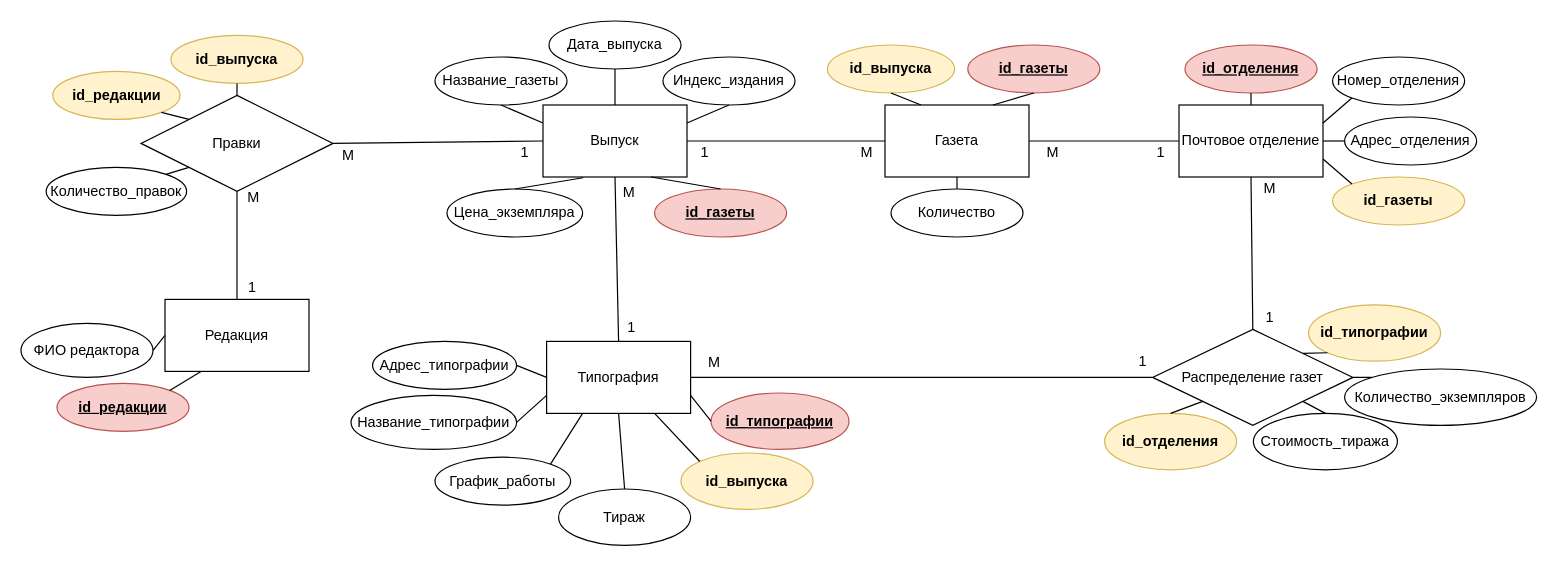
Before: students/y2334/Titova_Maryana/Lab2/Lab2_Peter_Chen.drawio in TonikX/ITMO_FSPO_DataBases_2020-2021, a draw.io diagram. Source tidied: cells renumbered, new cells numbered last; positions are measured from the earlier drawing's top-left corner, leaving out a move shared by most shapes. Both pictures are drawn from the tidied source at 120%, with x=0, y=0 at pixel (20, 20).
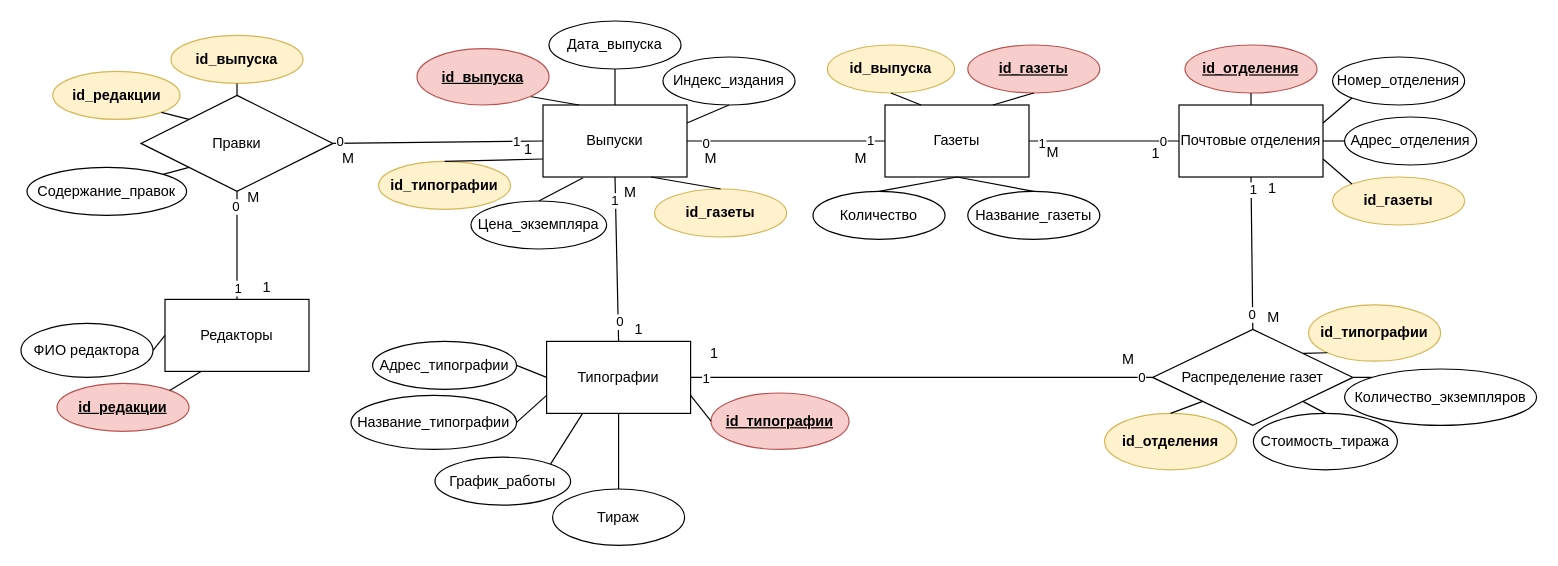
The same diagram, later.

The change refers to these unchanged cells:
```xml
<mxCell id="55" style="endArrow=none;html=1;exitX=0.5;exitY=0;exitDx=0;exitDy=0;" parent="1" edge="1" source="5" target="48">
  <mxGeometry relative="1" as="geometry" />
</mxCell>
<mxCell id="64" style="endArrow=none;html=1;exitX=1;exitY=0.5;exitDx=0;exitDy=0;entryX=0;entryY=0.5;entryDx=0;entryDy=0;" parent="1" edge="1" source="48" target="2">
  <mxGeometry relative="1" as="geometry" />
</mxCell>
<mxCell id="65" style="endArrow=none;html=1;entryX=0.5;entryY=1;entryDx=0;entryDy=0;exitX=0.5;exitY=0;exitDx=0;exitDy=0;" parent="1" edge="1" source="3" target="2">
  <mxGeometry relative="1" as="geometry" />
</mxCell>
<mxCell id="66" style="endArrow=none;html=1;exitX=1;exitY=0.5;exitDx=0;exitDy=0;entryX=0;entryY=0.5;entryDx=0;entryDy=0;" parent="1" edge="1" source="2" target="56">
  <mxGeometry relative="1" as="geometry" />
</mxCell>
<mxCell id="67" style="endArrow=none;html=1;exitX=1;exitY=0.5;exitDx=0;exitDy=0;" parent="1" edge="1" source="56" target="4">
  <mxGeometry relative="1" as="geometry" />
</mxCell>
<mxCell id="68" style="endArrow=none;html=1;exitX=0.5;exitY=0;exitDx=0;exitDy=0;entryX=0.5;entryY=1;entryDx=0;entryDy=0;" parent="1" edge="1" source="19" target="4">
  <mxGeometry relative="1" as="geometry" />
</mxCell>
<mxCell id="69" style="endArrow=none;html=1;exitX=1;exitY=0.5;exitDx=0;exitDy=0;" parent="1" edge="1" source="3" target="19">
  <mxGeometry relative="1" as="geometry" />
</mxCell>
```

Change to the diagram source:
```diff
@@
-    <mxCell id="2" value="Выпуск" style="rounded=0;whiteSpace=wrap;html=1;" parent="1" vertex="1">
+    <mxCell id="2" value="Выпуски" style="rounded=0;whiteSpace=wrap;html=1;" parent="1" vertex="1">
       <mxGeometry x="435" y="70" width="120" height="60" as="geometry" />
     </mxCell>
-    <mxCell id="3" value="Типография" style="rounded=0;whiteSpace=wrap;html=1;" parent="1" vertex="1">
+    <mxCell id="3" value="Типографии" style="rounded=0;whiteSpace=wrap;html=1;" parent="1" vertex="1">
       <mxGeometry x="438" y="267" width="120" height="60" as="geometry" />
     </mxCell>
-    <mxCell id="4" value="Почтовое отделение" style="rounded=0;whiteSpace=wrap;html=1;" parent="1" vertex="1">
+    <mxCell id="4" value="Почтовые отделения" style="rounded=0;whiteSpace=wrap;html=1;" parent="1" vertex="1">
       <mxGeometry x="965" y="70" width="120" height="60" as="geometry" />
     </mxCell>
-    <mxCell id="5" value="Редакция" style="rounded=0;whiteSpace=wrap;html=1;" parent="1" vertex="1">
+    <mxCell id="5" value="Редакторы" style="rounded=0;whiteSpace=wrap;html=1;" parent="1" vertex="1">
       <mxGeometry x="120" y="232" width="120" height="60" as="geometry" />
     </mxCell>
-    <mxCell id="6" value="Название_газеты" style="ellipse;whiteSpace=wrap;html=1;" parent="1" vertex="1">
-      <mxGeometry x="345" y="30" width="110" height="40" as="geometry" />
-    </mxCell>
-    <mxCell id="7" style="endArrow=none;html=1;exitX=0;exitY=0.25;exitDx=0;exitDy=0;entryX=0.5;entryY=1;entryDx=0;entryDy=0;" parent="1" edge="1" source="2" target="6">
-      <mxGeometry relative="1" as="geometry" />
-    </mxCell>
@@
     <mxCell id="10" value="Цена_экземпляра" style="ellipse;whiteSpace=wrap;html=1;" parent="1" vertex="1">
-      <mxGeometry x="355" y="140" width="113" height="40" as="geometry" />
+      <mxGeometry x="375" y="150" width="113" height="40" as="geometry" />
     </mxCell>
@@
-    <mxCell id="26" value="&lt;b&gt;&lt;u&gt;id_газеты&lt;/u&gt;&lt;/b&gt;" style="ellipse;whiteSpace=wrap;html=1;fillColor=#f8cecc;strokeColor=#b85450;" parent="1" vertex="1">
+    <mxCell id="26" value="&lt;b&gt;id_газеты&lt;/b&gt;" style="ellipse;whiteSpace=wrap;html=1;fillColor=#fff2cc;strokeColor=#d6b656;" parent="1" vertex="1">
       <mxGeometry x="528" y="140" width="110" height="40" as="geometry" />
     </mxCell>
@@
-    <mxCell id="33" value="&lt;b&gt;id_выпуска&lt;/b&gt;" style="ellipse;whiteSpace=wrap;html=1;fillColor=#fff2cc;strokeColor=#d6b656;" parent="1" vertex="1">
-      <mxGeometry x="550" y="360" width="110" height="47" as="geometry" />
-    </mxCell>
-    <mxCell id="34" style="endArrow=none;html=1;entryX=0.75;entryY=1;entryDx=0;entryDy=0;exitX=0;exitY=0;exitDx=0;exitDy=0;" parent="1" edge="1" source="33" target="3">
+    <mxCell id="34" style="endArrow=none;html=1;entryX=1;entryY=1;entryDx=0;entryDy=0;exitX=0.25;exitY=0;exitDx=0;exitDy=0;" parent="1" edge="1" source="2" target="33">
       <mxGeometry relative="1" as="geometry" />
     </mxCell>
@@
     <mxCell id="44" value="Тираж" style="ellipse;whiteSpace=wrap;html=1;" parent="1" vertex="1">
-      <mxGeometry x="448" y="390" width="110" height="47" as="geometry" />
+      <mxGeometry x="443" y="390" width="110" height="47" as="geometry" />
     </mxCell>
@@
-    <mxCell id="51" value="Количество_правок" style="ellipse;whiteSpace=wrap;html=1;" parent="1" vertex="1">
-      <mxGeometry x="21" y="122" width="117" height="40" as="geometry" />
+    <mxCell id="51" value="Содержание_правок" style="ellipse;whiteSpace=wrap;html=1;" parent="1" vertex="1">
+      <mxGeometry x="5" y="122" width="133" height="40" as="geometry" />
     </mxCell>
@@
+    <mxCell id="84" value="1" style="edgeLabel;html=1;align=center;verticalAlign=middle;" parent="55" vertex="1">
+      <mxGeometry x="-0.77" relative="1" as="geometry" />
+    </mxCell>
+    <mxCell id="85" value="0" style="edgeLabel;html=1;align=center;verticalAlign=middle;" parent="55" vertex="1">
+      <mxGeometry x="0.54" y="2" relative="1" as="geometry">
+        <mxPoint y="-9" as="offset" />
+      </mxGeometry>
+    </mxCell>
-    <mxCell id="56" value="Газета" style="rounded=0;whiteSpace=wrap;html=1;" parent="1" vertex="1">
+    <mxCell id="56" value="Газеты" style="rounded=0;whiteSpace=wrap;html=1;" parent="1" vertex="1">
       <mxGeometry x="720" y="70" width="120" height="60" as="geometry" />
     </mxCell>
     <mxCell id="57" value="Количество" style="ellipse;whiteSpace=wrap;html=1;" parent="1" vertex="1">
-      <mxGeometry x="725" y="140" width="110" height="40" as="geometry" />
+      <mxGeometry x="660" y="142" width="110" height="40" as="geometry" />
     </mxCell>
@@
+    <mxCell id="86" value="0" style="edgeLabel;html=1;align=center;verticalAlign=middle;" parent="64" vertex="1">
+      <mxGeometry x="-0.93" y="1" relative="1" as="geometry" />
+    </mxCell>
+    <mxCell id="87" value="1" style="edgeLabel;html=1;align=center;verticalAlign=middle;" parent="64" vertex="1">
+      <mxGeometry x="0.75" relative="1" as="geometry" />
+    </mxCell>
@@
+    <mxCell id="88" value="0" style="edgeLabel;html=1;align=center;verticalAlign=middle;" parent="65" vertex="1">
+      <mxGeometry x="-0.56" y="-1" relative="1" as="geometry">
+        <mxPoint y="13.2" as="offset" />
+      </mxGeometry>
+    </mxCell>
+    <mxCell id="89" value="1" style="edgeLabel;html=1;align=center;verticalAlign=middle;" parent="65" vertex="1">
+      <mxGeometry x="0.6" y="1" relative="1" as="geometry">
+        <mxPoint y="-7.8" as="offset" />
+      </mxGeometry>
+    </mxCell>
@@
+    <mxCell id="90" value="1" style="edgeLabel;html=1;align=center;verticalAlign=middle;" parent="66" vertex="1">
+      <mxGeometry x="0.84" y="1" relative="1" as="geometry" />
+    </mxCell>
+    <mxCell id="91" value="0" style="edgeLabel;html=1;align=center;verticalAlign=middle;" parent="66" vertex="1">
+      <mxGeometry x="-0.82" y="-1" relative="1" as="geometry" />
+    </mxCell>
@@
+    <mxCell id="92" value="1" style="edgeLabel;html=1;align=center;verticalAlign=middle;" parent="67" vertex="1">
+      <mxGeometry x="-0.84" y="-1" relative="1" as="geometry" />
+    </mxCell>
+    <mxCell id="93" value="0" style="edgeLabel;html=1;align=center;verticalAlign=middle;" parent="67" vertex="1">
+      <mxGeometry x="0.83" relative="1" as="geometry">
+        <mxPoint x="-3" as="offset" />
+      </mxGeometry>
+    </mxCell>
@@
+    <mxCell id="94" value="1" style="edgeLabel;html=1;align=center;verticalAlign=middle;" parent="68" vertex="1">
+      <mxGeometry x="0.89" y="-1" relative="1" as="geometry">
+        <mxPoint y="4" as="offset" />
+      </mxGeometry>
+    </mxCell>
+    <mxCell id="95" value="0" style="edgeLabel;html=1;align=center;verticalAlign=middle;" parent="68" vertex="1">
+      <mxGeometry x="-0.8" y="1" relative="1" as="geometry" />
+    </mxCell>
@@
+    <mxCell id="96" value="1" style="edgeLabel;html=1;align=center;verticalAlign=middle;" parent="69" vertex="1">
+      <mxGeometry x="-0.94" relative="1" as="geometry" />
+    </mxCell>
+    <mxCell id="97" value="0" style="edgeLabel;html=1;align=center;verticalAlign=middle;" parent="69" vertex="1">
+      <mxGeometry x="0.95" y="1" relative="1" as="geometry" />
+    </mxCell>
-    <mxCell id="70" value="1" style="text;html=1;strokeColor=none;fillColor=none;align=center;verticalAlign=middle;whiteSpace=wrap;rounded=0;" parent="1" vertex="1">
-      <mxGeometry x="489" y="246" width="40" height="20" as="geometry" />
+    <mxCell id="70" value="M" style="text;html=1;strokeColor=none;fillColor=none;align=center;verticalAlign=middle;whiteSpace=wrap;rounded=0;" parent="1" vertex="1">
+      <mxGeometry x="488" y="133" width="40" height="20" as="geometry" />
     </mxCell>
-    <mxCell id="71" value="M" style="text;html=1;strokeColor=none;fillColor=none;align=center;verticalAlign=middle;whiteSpace=wrap;rounded=0;" parent="1" vertex="1">
-      <mxGeometry x="487" y="133" width="40" height="20" as="geometry" />
+    <mxCell id="71" value="1" style="text;html=1;strokeColor=none;fillColor=none;align=center;verticalAlign=middle;whiteSpace=wrap;rounded=0;" parent="1" vertex="1">
+      <mxGeometry x="495" y="247" width="40" height="20" as="geometry" />
     </mxCell>
     <mxCell id="72" value="M" style="text;html=1;strokeColor=none;fillColor=none;align=center;verticalAlign=middle;whiteSpace=wrap;rounded=0;" parent="1" vertex="1">
-      <mxGeometry x="253" y="102" width="40" height="20" as="geometry" />
+      <mxGeometry x="253" y="105" width="40" height="20" as="geometry" />
     </mxCell>
     <mxCell id="73" value="1" style="text;html=1;strokeColor=none;fillColor=none;align=center;verticalAlign=middle;whiteSpace=wrap;rounded=0;" parent="1" vertex="1">
-      <mxGeometry x="400" y="100" width="40" height="20" as="geometry" />
+      <mxGeometry x="403" y="97" width="40" height="20" as="geometry" />
     </mxCell>
     <mxCell id="74" value="1" style="text;html=1;strokeColor=none;fillColor=none;align=center;verticalAlign=middle;whiteSpace=wrap;rounded=0;" parent="1" vertex="1">
-      <mxGeometry x="173" y="212" width="40" height="20" as="geometry" />
+      <mxGeometry x="185" y="212" width="40" height="20" as="geometry" />
     </mxCell>
@@
-    <mxCell id="76" value="1" style="text;html=1;strokeColor=none;fillColor=none;align=center;verticalAlign=middle;whiteSpace=wrap;rounded=0;" parent="1" vertex="1">
-      <mxGeometry x="550" y="100" width="40" height="20" as="geometry" />
+    <mxCell id="76" value="M" style="text;html=1;strokeColor=none;fillColor=none;align=center;verticalAlign=middle;whiteSpace=wrap;rounded=0;" parent="1" vertex="1">
+      <mxGeometry x="680" y="105" width="40" height="20" as="geometry" />
     </mxCell>
     <mxCell id="77" value="M" style="text;html=1;strokeColor=none;fillColor=none;align=center;verticalAlign=middle;whiteSpace=wrap;rounded=0;" parent="1" vertex="1">
-      <mxGeometry x="685" y="100" width="40" height="20" as="geometry" />
+      <mxGeometry x="555" y="105" width="40" height="20" as="geometry" />
     </mxCell>
-    <mxCell id="78" value="M" style="text;html=1;strokeColor=none;fillColor=none;align=center;verticalAlign=middle;whiteSpace=wrap;rounded=0;" parent="1" vertex="1">
-      <mxGeometry x="840" y="100" width="40" height="20" as="geometry" />
+    <mxCell id="78" value="1" style="text;html=1;strokeColor=none;fillColor=none;align=center;verticalAlign=middle;whiteSpace=wrap;rounded=0;" parent="1" vertex="1">
+      <mxGeometry x="926" y="101" width="40" height="20" as="geometry" />
     </mxCell>
-    <mxCell id="79" value="1" style="text;html=1;strokeColor=none;fillColor=none;align=center;verticalAlign=middle;whiteSpace=wrap;rounded=0;" parent="1" vertex="1">
-      <mxGeometry x="930" y="100" width="40" height="20" as="geometry" />
+    <mxCell id="79" value="М" style="text;html=1;strokeColor=none;fillColor=none;align=center;verticalAlign=middle;whiteSpace=wrap;rounded=0;" parent="1" vertex="1">
+      <mxGeometry x="840" y="100" width="40" height="20" as="geometry" />
     </mxCell>
     <mxCell id="80" value="M" style="text;html=1;strokeColor=none;fillColor=none;align=center;verticalAlign=middle;whiteSpace=wrap;rounded=0;" parent="1" vertex="1">
-      <mxGeometry x="1021" y="130" width="40" height="20" as="geometry" />
+      <mxGeometry x="1024" y="237" width="40" height="20" as="geometry" />
     </mxCell>
     <mxCell id="81" value="M" style="text;html=1;strokeColor=none;fillColor=none;align=center;verticalAlign=middle;whiteSpace=wrap;rounded=0;" parent="1" vertex="1">
-      <mxGeometry x="558" y="275" width="40" height="20" as="geometry" />
+      <mxGeometry x="903" y="272" width="40" height="20" as="geometry" />
     </mxCell>
     <mxCell id="82" value="1" style="text;html=1;strokeColor=none;fillColor=none;align=center;verticalAlign=middle;whiteSpace=wrap;rounded=0;" parent="1" vertex="1">
-      <mxGeometry x="1021" y="237" width="40" height="20" as="geometry" />
+      <mxGeometry x="1023" y="130" width="40" height="20" as="geometry" />
     </mxCell>
     <mxCell id="83" value="1" style="text;html=1;strokeColor=none;fillColor=none;align=center;verticalAlign=middle;whiteSpace=wrap;rounded=0;" parent="1" vertex="1">
-      <mxGeometry x="915" y="274" width="40" height="20" as="geometry" />
+      <mxGeometry x="558" y="267" width="40" height="20" as="geometry" />
     </mxCell>
+    <mxCell id="6" value="Название_газеты" style="ellipse;whiteSpace=wrap;html=1;" parent="1" vertex="1">
+      <mxGeometry x="789" y="142" width="110" height="40" as="geometry" />
+    </mxCell>
+    <mxCell id="98" style="endArrow=none;html=1;entryX=0.5;entryY=1;entryDx=0;entryDy=0;exitX=0.5;exitY=0;exitDx=0;exitDy=0;" parent="1" edge="1" source="6" target="56">
+      <mxGeometry relative="1" as="geometry" />
+    </mxCell>
+    <mxCell id="33" value="&lt;b&gt;&lt;u&gt;id_выпуска&lt;/u&gt;&lt;/b&gt;" style="ellipse;whiteSpace=wrap;html=1;fillColor=#f8cecc;strokeColor=#b85450;" parent="1" vertex="1">
+      <mxGeometry x="330" y="23" width="110" height="47" as="geometry" />
+    </mxCell>
+    <mxCell id="99" value="&lt;b&gt;id_типографии&lt;/b&gt;" style="ellipse;whiteSpace=wrap;html=1;fillColor=#fff2cc;strokeColor=#d6b656;" parent="1" vertex="1">
+      <mxGeometry x="298" y="117" width="110" height="40" as="geometry" />
+    </mxCell>
+    <mxCell id="100" style="endArrow=none;html=1;exitX=0.5;exitY=0;exitDx=0;exitDy=0;entryX=0;entryY=0.75;entryDx=0;entryDy=0;" parent="1" edge="1" source="99" target="2">
+      <mxGeometry relative="1" as="geometry" />
+    </mxCell>
```
